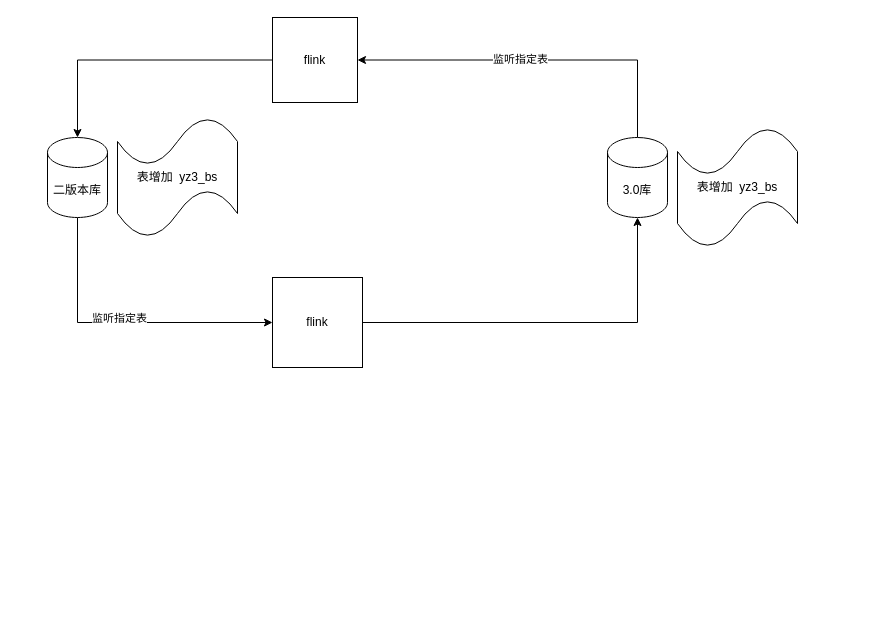
Earlier version of the draw.io diagram 石家庄项目微服务架构.drawio (redtomatoL/design). Source tidied: cells renumbered, new cells numbered last; positions are measured from the earlier drawing's top-left corner, leaving out a move shared by most shapes. Both pictures are drawn from the tidied source at 100%, with x=0, y=0 at pixel (47, 17).
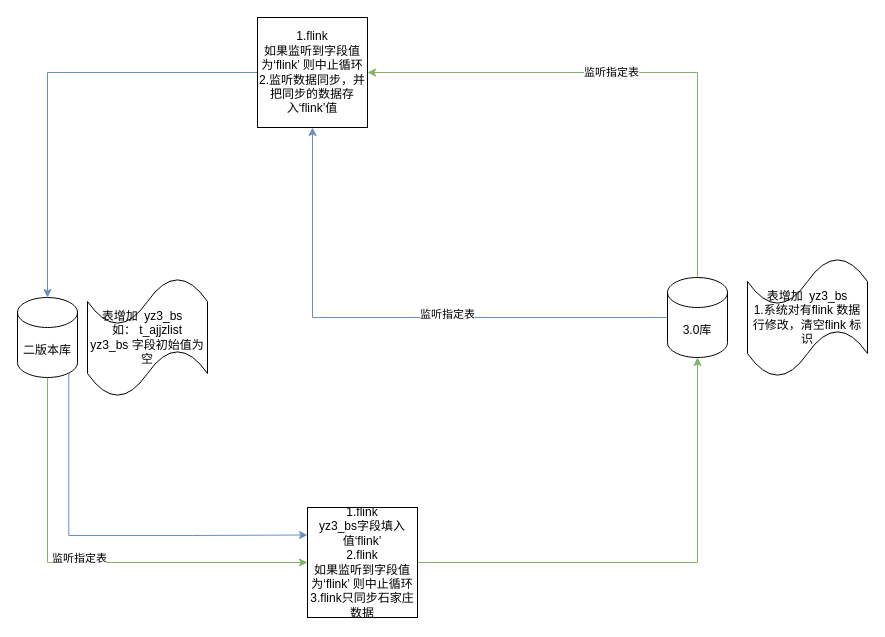
The same diagram, later.

Commit message (it also covers changes not shown here):
更新石家庄项目微服务架构.drawio

Diff of the diagram source:
```diff
@@
 <mxGraphModel>
   <root>
     <mxCell id="0" />
     <mxCell id="1" parent="0" />
-    <mxCell id="2" style="edgeStyle=orthogonalEdgeStyle;rounded=0;jettySize=auto;html=1;exitX=1;exitY=0.5;exitDx=0;exitDy=0;entryX=0.5;entryY=1;entryDx=0;entryDy=0;entryPerimeter=0;" parent="1" edge="1" source="3" target="9">
+    <mxCell id="2" style="edgeStyle=orthogonalEdgeStyle;rounded=0;jettySize=auto;html=1;exitX=1;exitY=0.5;exitDx=0;exitDy=0;entryX=0.5;entryY=1;entryDx=0;entryDy=0;entryPerimeter=0;fillColor=#d5e8d4;strokeColor=#82b366;" parent="1" edge="1" source="3" target="9">
       <mxGeometry relative="1" as="geometry" />
     </mxCell>
-    <mxCell id="3" value="flink" style="whiteSpace=wrap;html=1;" parent="1" vertex="1">
-      <mxGeometry x="225" y="260" width="90" height="90" as="geometry" />
+    <mxCell id="3" value="1.flink&lt;br&gt;yz3_bs字段填入值‘flink’&lt;br&gt;2.flink&lt;br style=&quot;border-color: var(--border-color);&quot;&gt;如果监听到字段值为‘flink’ 则中止循环&lt;br&gt;3.flink只同步石家庄数据" style="whiteSpace=wrap;html=1;" parent="1" vertex="1">
+      <mxGeometry x="260" y="490" width="110" height="110" as="geometry" />
     </mxCell>
-    <mxCell id="4" style="edgeStyle=orthogonalEdgeStyle;rounded=0;jettySize=auto;html=1;entryX=0;entryY=0.5;entryDx=0;entryDy=0;exitX=0.5;exitY=1;exitDx=0;exitDy=0;exitPerimeter=0;" parent="1" edge="1" source="6" target="3">
+    <mxCell id="4" style="edgeStyle=orthogonalEdgeStyle;rounded=0;jettySize=auto;html=1;entryX=0;entryY=0.5;entryDx=0;entryDy=0;exitX=0.5;exitY=1;exitDx=0;exitDy=0;exitPerimeter=0;fillColor=#d5e8d4;strokeColor=#82b366;" parent="1" edge="1" source="6" target="3">
       <mxGeometry relative="1" as="geometry" />
     </mxCell>
     <mxCell id="5" value="监听指定表" style="edgeLabel;html=1;align=center;verticalAlign=middle;" parent="4" vertex="1">
       <mxGeometry x="-0.03" y="5" relative="1" as="geometry" />
     </mxCell>
+    <mxCell id="14" style="edgeStyle=orthogonalEdgeStyle;rounded=0;jettySize=auto;html=1;exitX=0.855;exitY=1;exitDx=0;exitDy=-4.35;exitPerimeter=0;entryX=0;entryY=0.25;entryDx=0;entryDy=0;fillColor=#dae8fc;strokeColor=#6c8ebf;" parent="1" edge="1" source="6" target="3">
+      <mxGeometry relative="1" as="geometry">
+        <Array as="points">
+          <mxPoint x="21" y="518" />
+          <mxPoint x="145" y="518" />
+        </Array>
+      </mxGeometry>
+    </mxCell>
     <mxCell id="6" value="二版本库" style="shape=cylinder3;whiteSpace=wrap;html=1;boundedLbl=1;backgroundOutline=1;size=15;" parent="1" vertex="1">
-      <mxGeometry y="120" width="60" height="80" as="geometry" />
+      <mxGeometry x="-30" y="280" width="60" height="80" as="geometry" />
     </mxCell>
-    <mxCell id="7" style="edgeStyle=orthogonalEdgeStyle;rounded=0;jettySize=auto;html=1;entryX=1;entryY=0.5;entryDx=0;entryDy=0;exitX=0.5;exitY=0;exitDx=0;exitDy=0;exitPerimeter=0;" parent="1" edge="1" source="9" target="11">
+    <mxCell id="7" style="edgeStyle=orthogonalEdgeStyle;rounded=0;jettySize=auto;html=1;entryX=1;entryY=0.5;entryDx=0;entryDy=0;exitX=0.5;exitY=0;exitDx=0;exitDy=0;exitPerimeter=0;fillColor=#d5e8d4;strokeColor=#82b366;" parent="1" edge="1" source="9" target="11">
       <mxGeometry relative="1" as="geometry" />
     </mxCell>
     <mxCell id="8" value="监听指定表" style="edgeLabel;html=1;align=center;verticalAlign=middle;" parent="7" vertex="1">
       <mxGeometry x="0.09" y="-1" relative="1" as="geometry" />
     </mxCell>
+    <mxCell id="15" style="edgeStyle=orthogonalEdgeStyle;rounded=0;jettySize=auto;html=1;exitX=0;exitY=0.5;exitDx=0;exitDy=0;exitPerimeter=0;fillColor=#dae8fc;strokeColor=#6c8ebf;" parent="1" edge="1" source="9" target="11">
+      <mxGeometry relative="1" as="geometry" />
+    </mxCell>
+    <mxCell id="16" value="监听指定表" style="edgeLabel;html=1;align=center;verticalAlign=middle;" parent="15" vertex="1">
+      <mxGeometry x="-0.19" y="-4" relative="1" as="geometry" />
+    </mxCell>
     <mxCell id="9" value="3.0库" style="shape=cylinder3;whiteSpace=wrap;html=1;boundedLbl=1;backgroundOutline=1;size=15;" parent="1" vertex="1">
-      <mxGeometry x="560" y="120" width="60" height="80" as="geometry" />
+      <mxGeometry x="620" y="260" width="60" height="80" as="geometry" />
     </mxCell>
-    <mxCell id="10" style="edgeStyle=orthogonalEdgeStyle;rounded=0;jettySize=auto;html=1;entryX=0.5;entryY=0;entryDx=0;entryDy=0;entryPerimeter=0;" parent="1" edge="1" source="11" target="6">
+    <mxCell id="10" style="edgeStyle=orthogonalEdgeStyle;rounded=0;jettySize=auto;html=1;entryX=0.5;entryY=0;entryDx=0;entryDy=0;entryPerimeter=0;fillColor=#dae8fc;strokeColor=#6c8ebf;" parent="1" edge="1" source="11" target="6">
       <mxGeometry relative="1" as="geometry" />
     </mxCell>
-    <mxCell id="11" value="flink" style="whiteSpace=wrap;html=1;" parent="1" vertex="1">
-      <mxGeometry x="225" width="85" height="85" as="geometry" />
+    <mxCell id="11" value="1.flink&lt;br&gt;如果监听到字段值为‘flink’ 则中止循环&lt;br&gt;2.监听数据同步，并把同步的数据存入‘flink’值" style="whiteSpace=wrap;html=1;" parent="1" vertex="1">
+      <mxGeometry x="210" width="110" height="110" as="geometry" />
     </mxCell>
-    <mxCell id="12" value="表增加&amp;nbsp; yz3_bs" style="shape=tape;whiteSpace=wrap;html=1;" parent="1" vertex="1">
-      <mxGeometry x="70" y="100" width="120" height="120" as="geometry" />
+    <mxCell id="12" value="表增加&amp;nbsp; yz3_bs&amp;nbsp; &amp;nbsp; &amp;nbsp;如： t_ajjzlist&amp;nbsp; yz3_bs 字段初始值为空" style="shape=tape;whiteSpace=wrap;html=1;" parent="1" vertex="1">
+      <mxGeometry x="40" y="260" width="120" height="120" as="geometry" />
     </mxCell>
-    <mxCell id="13" value="表增加&amp;nbsp; yz3_bs" style="shape=tape;whiteSpace=wrap;html=1;" parent="1" vertex="1">
-      <mxGeometry x="630" y="110" width="120" height="120" as="geometry" />
+    <mxCell id="13" value="表增加&amp;nbsp; yz3_bs&lt;br&gt;1.系统对有flink 数据行修改，清空flink 标识" style="shape=tape;whiteSpace=wrap;html=1;" parent="1" vertex="1">
+      <mxGeometry x="700" y="240" width="120" height="120" as="geometry" />
     </mxCell>
   </root>
 </mxGraphModel>
```
